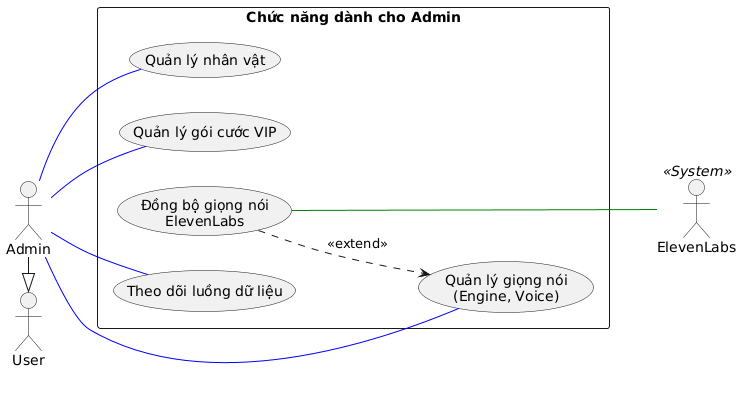
The PlantUML diagram temp/01-UseCase/UML-UseCase-Admin.png in 20206205Tech/docs-uml, before a commit.
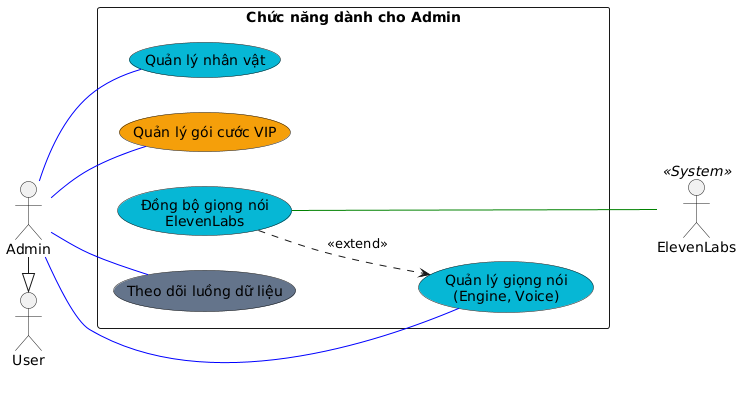
Later version of the same file.

What changed in the source:
```diff
@@ -10,11 +10,11 @@
 Admin -|> User
 
 rectangle "Chức năng dành cho Admin" {
-  usecase "Quản lý nhân vật" as UC_ManagePersona
-  usecase "Quản lý giọng nói\n(Engine, Voice)" as UC_ManageVoice
-  usecase "Đồng bộ giọng nói\nElevenLabs" as UC_SyncElevenLabs
-  usecase "Quản lý gói cước VIP" as UC_ManagePlans
-  usecase "Theo dõi luồng dữ liệu" as UC_PipelineReport
+  usecase "Quản lý nhân vật" as UC_ManagePersona #06b6d4
+  usecase "Quản lý giọng nói\n(Engine, Voice)" as UC_ManageVoice #06b6d4
+  usecase "Đồng bộ giọng nói\nElevenLabs" as UC_SyncElevenLabs #06b6d4
+  usecase "Quản lý gói cước VIP" as UC_ManagePlans #f59e0b
+  usecase "Theo dõi luồng dữ liệu" as UC_PipelineReport #64748b
 
   UC_SyncElevenLabs ..> UC_ManageVoice : <<extend>>
 }
```
